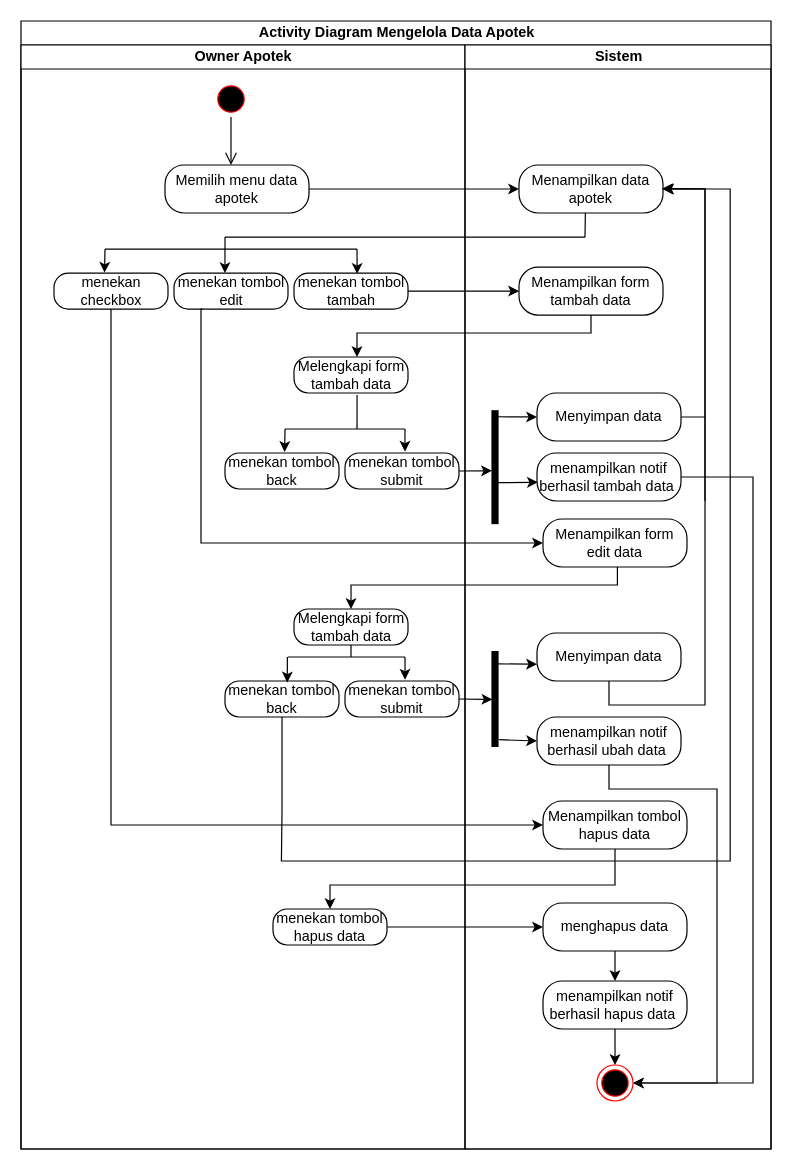
The draw.io diagram activity diagram/Owner Apotek/mengelola data apotek.drawio in Muhamadrafliseptian/rancangan-sistem-dan-dokumen, before the edit. Source tidied: cells renumbered, new cells numbered last; positions are measured from the earlier drawing's top-left corner, leaving out a move shared by most shapes. Both pictures are drawn from the tidied source at 120%, with x=0, y=0 at pixel (20, 20).
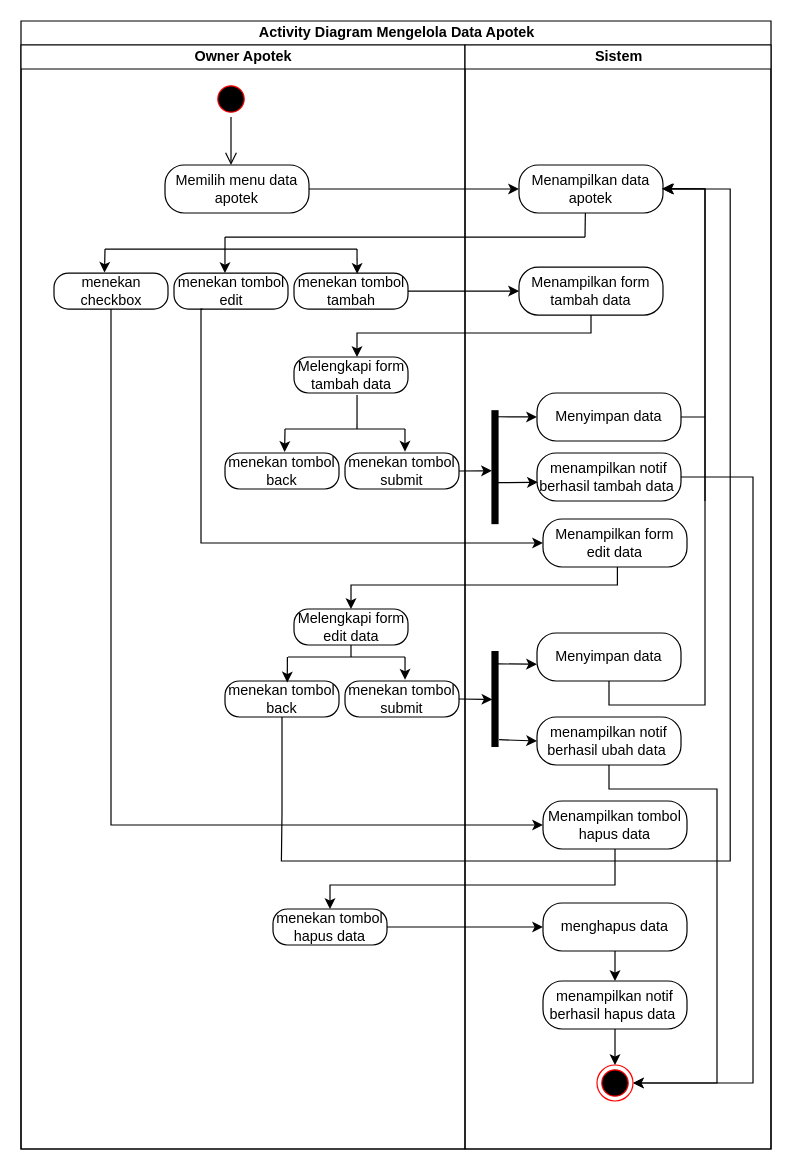
The same diagram, later.

The change refers to these unchanged cells:
```xml
<mxCell id="3" value="Owner Apotek" style="swimlane;startSize=20;html=1;" parent="2" vertex="1">
  <mxGeometry y="20" width="370" height="920" as="geometry" />
</mxCell>
```

Change to the diagram source:
```diff
@@
-    <mxCell id="16" value="Melengkapi form tambah data" style="rounded=1;whiteSpace=wrap;html=1;arcSize=40;fontColor=#000000;fillColor=default;strokeColor=default;" parent="3" vertex="1">
+    <mxCell id="16" value="Melengkapi form edit data" style="rounded=1;whiteSpace=wrap;html=1;arcSize=40;fontColor=#000000;fillColor=default;strokeColor=default;" parent="3" vertex="1">
       <mxGeometry x="227.5" y="470" width="95" height="30" as="geometry" />
     </mxCell>
```
